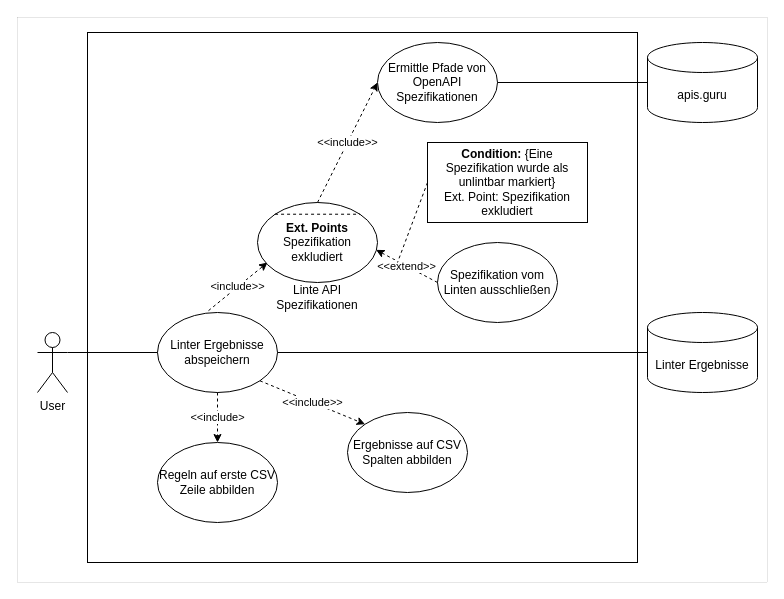
Above: requirements/usecase/linting.drawio in paulbrenker/thesis (draw.io), before the change. Source tidied: cells renumbered, new cells numbered last; positions are measured from the earlier drawing's top-left corner, leaving out a move shared by most shapes. Both pictures are drawn from the tidied source at 100%, with x=0, y=0 at pixel (17, 17).
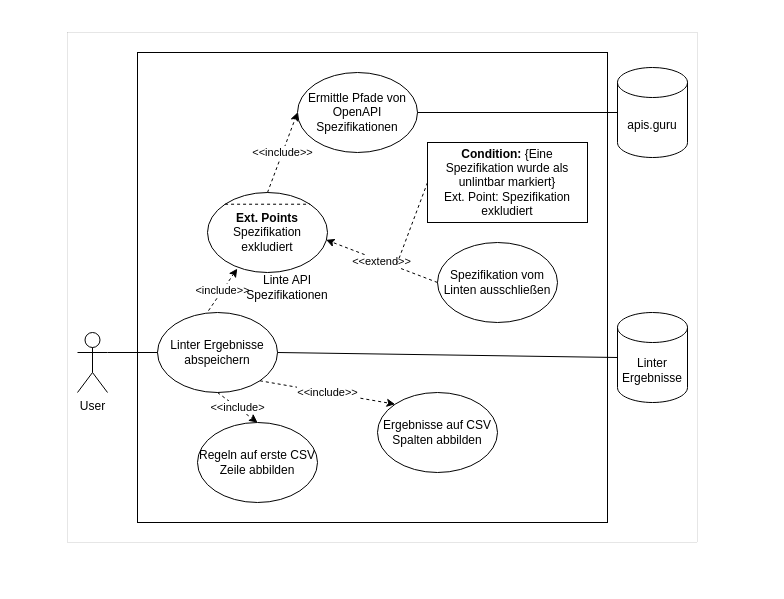
Above is the later version.

Commit message (it also covers changes not shown here):
compact use case diagrams

Unchanged cells that the change refers to:
```xml
<mxCell id="5" value="Linter Ergebnisse abspeichern" style="ellipse;whiteSpace=wrap;html=1;" parent="1" vertex="1">
  <mxGeometry x="140" y="295" width="120" height="80" as="geometry" />
</mxCell>
```

Diff of the diagram source:
```diff
@@
     <mxCell id="2" style="rounded=0;whiteSpace=wrap;html=1;strokeWidth=0;" parent="1" vertex="1">
-      <mxGeometry width="750" height="565" as="geometry" />
+      <mxGeometry x="50" y="15" width="630" height="510" as="geometry" />
     </mxCell>
     <mxCell id="3" style="rounded=0;whiteSpace=wrap;html=1;" parent="1" vertex="1">
-      <mxGeometry x="70" y="15" width="550" height="530" as="geometry" />
+      <mxGeometry x="120" y="35" width="470" height="470" as="geometry" />
     </mxCell>
     <mxCell id="4" value="User" style="shape=umlActor;verticalLabelPosition=bottom;verticalAlign=top;html=1;outlineConnect=0;" parent="1" vertex="1">
-      <mxGeometry x="20" y="315" width="30" height="60" as="geometry" />
+      <mxGeometry x="60" y="315" width="30" height="60" as="geometry" />
     </mxCell>
@@
     <mxCell id="6" value="Ergebnisse auf CSV Spalten abbilden" style="ellipse;whiteSpace=wrap;html=1;" parent="1" vertex="1">
-      <mxGeometry x="330" y="395" width="120" height="80" as="geometry" />
+      <mxGeometry x="360" y="375" width="120" height="80" as="geometry" />
     </mxCell>
     <mxCell id="7" value="Regeln auf erste CSV Zeile abbilden" style="ellipse;whiteSpace=wrap;html=1;" parent="1" vertex="1">
-      <mxGeometry x="140" y="425" width="120" height="80" as="geometry" />
+      <mxGeometry x="180" y="405" width="120" height="80" as="geometry" />
     </mxCell>
-    <mxCell id="8" value="&amp;lt;include&amp;gt;&amp;gt;" style="endArrow=classic;html=1;exitX=0.425;exitY=-0.023;exitDx=0;exitDy=0;dashed=1;exitPerimeter=0;" parent="1" edge="1" source="5">
-      <mxGeometry relative="1" as="geometry">
-        <mxPoint x="250" y="245" as="targetPoint" />
-      </mxGeometry>
+    <mxCell id="8" value="&amp;lt;include&amp;gt;&amp;gt;" style="endArrow=classic;html=1;exitX=0.425;exitY=-0.023;exitDx=0;exitDy=0;dashed=1;exitPerimeter=0;entryX=0.248;entryY=0.952;entryDx=0;entryDy=0;entryPerimeter=0;" parent="1" edge="1" source="5" target="14">
+      <mxGeometry relative="1" as="geometry" />
     </mxCell>
@@
     <mxCell id="11" value="Linter Ergebnisse" style="shape=cylinder3;whiteSpace=wrap;html=1;boundedLbl=1;backgroundOutline=1;size=15;" parent="1" vertex="1">
-      <mxGeometry x="630" y="295" width="110" height="80" as="geometry" />
+      <mxGeometry x="600" y="295" width="70" height="90" as="geometry" />
     </mxCell>
@@
     <mxCell id="14" value="&lt;b&gt;Ext. Points&lt;/b&gt;&lt;br&gt;Spezifikation exkludiert" style="ellipse;whiteSpace=wrap;html=1;" parent="1" vertex="1">
-      <mxGeometry x="240" y="185" width="120" height="80" as="geometry" />
+      <mxGeometry x="190" y="175" width="120" height="80" as="geometry" />
     </mxCell>
     <mxCell id="15" value="Ermittle Pfade von OpenAPI Spezifikationen" style="ellipse;whiteSpace=wrap;html=1;" parent="1" vertex="1">
-      <mxGeometry x="360" y="25" width="120" height="80" as="geometry" />
+      <mxGeometry x="280" y="55" width="120" height="80" as="geometry" />
     </mxCell>
@@
     <mxCell id="17" value="apis.guru" style="shape=cylinder3;whiteSpace=wrap;html=1;boundedLbl=1;backgroundOutline=1;size=15;" parent="1" vertex="1">
-      <mxGeometry x="630" y="25" width="110" height="80" as="geometry" />
+      <mxGeometry x="600" y="50" width="70" height="90" as="geometry" />
     </mxCell>
@@
     <mxCell id="19" value="Linte API Spezifikationen" style="text;html=1;strokeColor=none;fillColor=none;align=center;verticalAlign=middle;whiteSpace=wrap;rounded=0;" parent="1" vertex="1">
-      <mxGeometry x="250" y="265" width="100" height="30" as="geometry" />
+      <mxGeometry x="220" y="255" width="100" height="30" as="geometry" />
     </mxCell>
```
